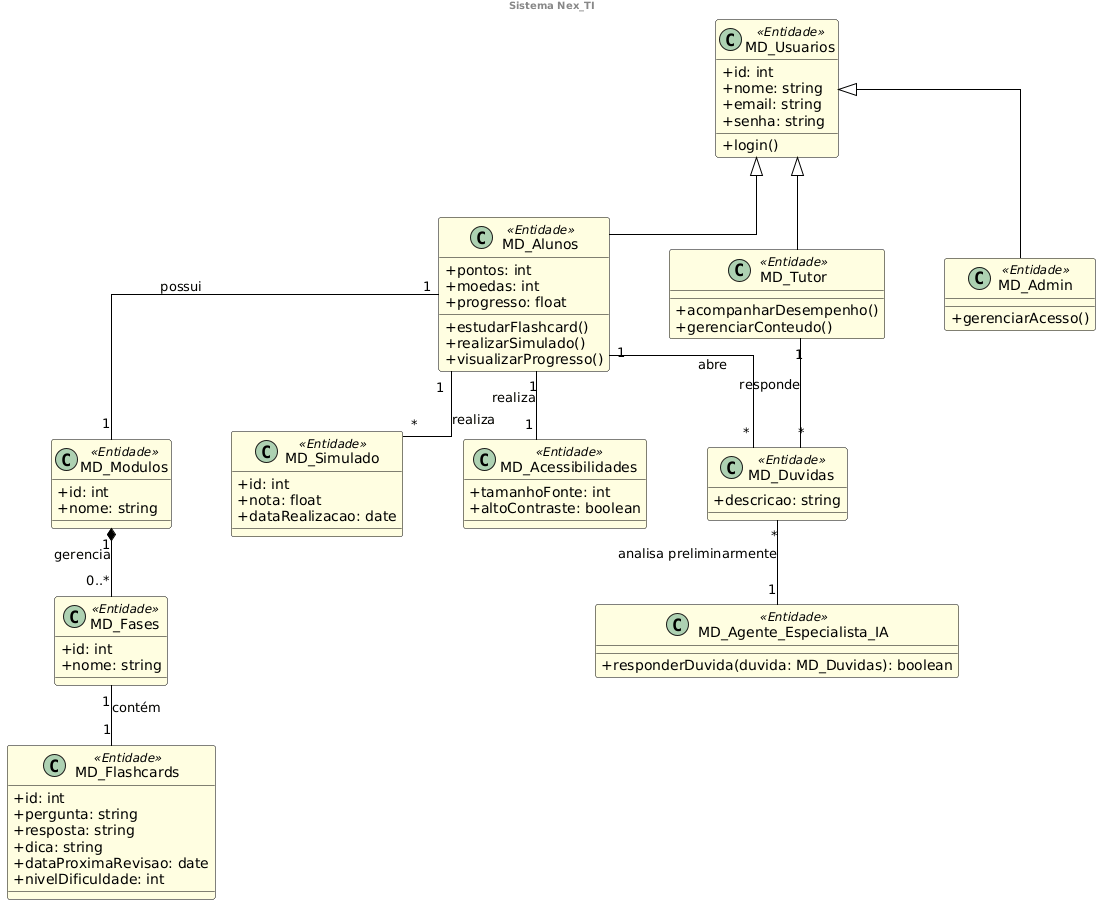
This is 03_Artefatos_Gerados/Diagrama_Classes_Global.png from MayconDIS/PIM_III-Documentacao_UML, a PlantUML export, as it was before one commit. The source it was exported from:
```plantuml
@startuml
skinparam backgroundColor white
skinparam shadowing false
skinparam classAttributeIconSize 0
skinparam linetype ortho
skinparam nodesep 60
skinparam ranksep 60

skinparam class {
    BackgroundColor #FFFEE1
    BorderColor #000000
    ArrowColor #000000
}

center header
<b>Sistema Nex_TI</b>
endheader

class MD_Usuarios <<Entidade>> {
    +id: int
    +nome: string
    +email: string
    +senha: string
    +login()
}

class MD_Alunos <<Entidade>> {
    +pontos: int
    +moedas: int
    +progresso: float
    +estudarFlashcard()
    +realizarSimulado()
    +visualizarProgresso()
}

class MD_Tutor <<Entidade>> {
    +acompanharDesempenho()
    +gerenciarConteudo()
}

class MD_Admin <<Entidade>> {
    +gerenciarAcesso()
}

MD_Usuarios <|-- MD_Alunos
MD_Usuarios <|-- MD_Tutor
MD_Usuarios <|-- MD_Admin

class MD_Modulos <<Entidade>> {
    +id: int
    +nome: string
}

class MD_Fases <<Entidade>> {
    +id: int
    +nome: string
}

class MD_Flashcards <<Entidade>> {
    +id: int
    +pergunta: string
    +resposta: string
    +dica: string
    +dataProximaRevisao: date
    +nivelDificuldade: int
}

MD_Modulos "1" *-- "0..*" MD_Fases : gerencia
MD_Fases "1" -- "1" MD_Flashcards : contém

class MD_Simulado <<Entidade>> {
    +id: int
    +nota: float
    +dataRealizacao: date
}

MD_Alunos "1" -- "*" MD_Simulado : realiza
MD_Alunos "1" -- "1" MD_Modulos : possui

class MD_Duvidas <<Entidade>> {
    +descricao: string
}

MD_Alunos "1" -- "*" MD_Duvidas : abre
MD_Tutor "1" -- "*" MD_Duvidas : responde

class MD_Agente_Especialista_IA <<Entidade>> {
    +responderDuvida(duvida: MD_Duvidas): boolean
}

MD_Duvidas "*" -- "1" MD_Agente_Especialista_IA : analisa preliminarmente

class MD_Acessibilidades <<Entidade>> {
    +tamanhoFonte: int
    +altoContraste: boolean
}

MD_Alunos "1" -- "1" MD_Acessibilidades : realiza
@enduml
```
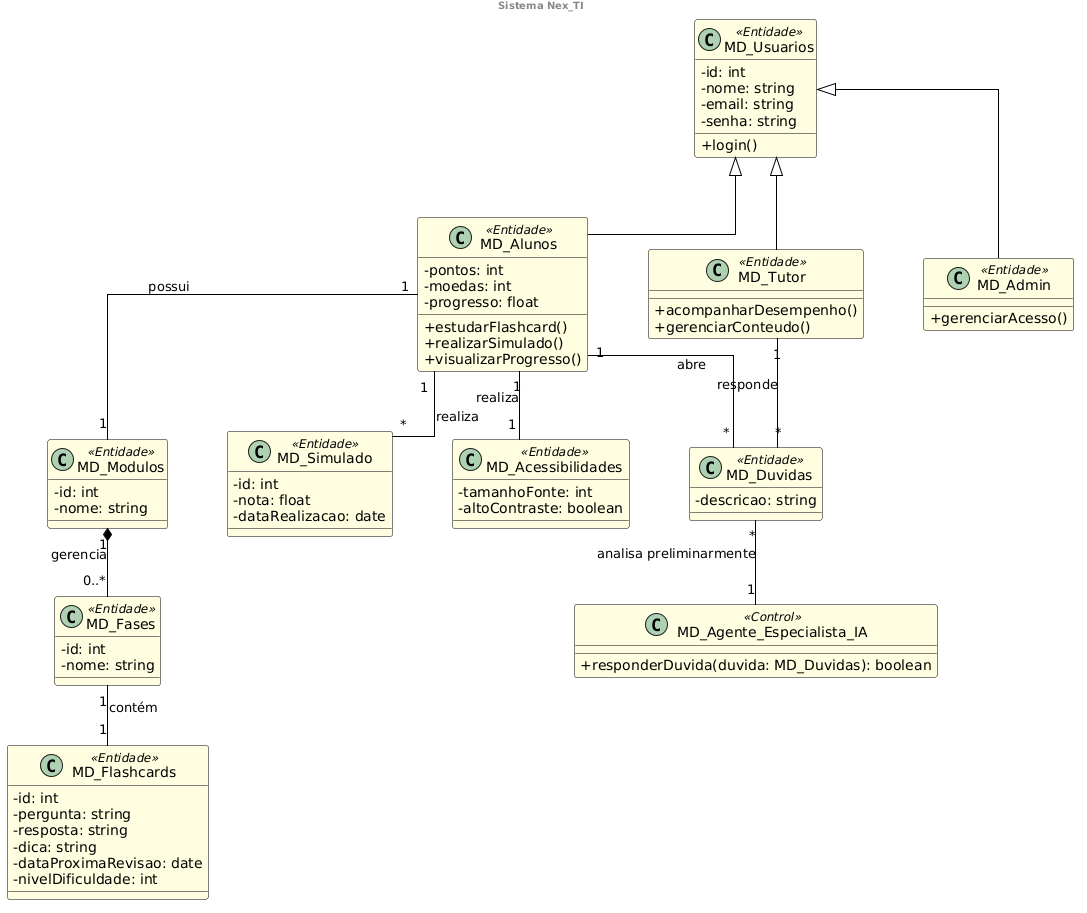
The same file after the commit.

Change to the diagram source:
```diff
@@ -17,17 +17,17 @@
 endheader
 
 class MD_Usuarios <<Entidade>> {
-    +id: int
-    +nome: string
-    +email: string
-    +senha: string
+    -id: int
+    -nome: string
+    -email: string
+    -senha: string
     +login()
 }
 
 class MD_Alunos <<Entidade>> {
-    +pontos: int
-    +moedas: int
-    +progresso: float
+    -pontos: int
+    -moedas: int
+    -progresso: float
     +estudarFlashcard()
     +realizarSimulado()
     +visualizarProgresso()
@@ -47,52 +47,52 @@
 MD_Usuarios <|-- MD_Admin
 
 class MD_Modulos <<Entidade>> {
-    +id: int
-    +nome: string
+    -id: int
+    -nome: string
 }
 
 class MD_Fases <<Entidade>> {
-    +id: int
-    +nome: string
+    -id: int
+    -nome: string
 }
 
 class MD_Flashcards <<Entidade>> {
-    +id: int
-    +pergunta: string
-    +resposta: string
-    +dica: string
-    +dataProximaRevisao: date
-    +nivelDificuldade: int
+    -id: int
+    -pergunta: string
+    -resposta: string
+    -dica: string
+    -dataProximaRevisao: date
+    -nivelDificuldade: int
 }
 
 MD_Modulos "1" *-- "0..*" MD_Fases : gerencia
 MD_Fases "1" -- "1" MD_Flashcards : contém
 
 class MD_Simulado <<Entidade>> {
-    +id: int
-    +nota: float
-    +dataRealizacao: date
+    -id: int
+    -nota: float
+    -dataRealizacao: date
 }
 
 MD_Alunos "1" -- "*" MD_Simulado : realiza
 MD_Alunos "1" -- "1" MD_Modulos : possui
 
 class MD_Duvidas <<Entidade>> {
-    +descricao: string
+    -descricao: string
 }
 
 MD_Alunos "1" -- "*" MD_Duvidas : abre
 MD_Tutor "1" -- "*" MD_Duvidas : responde
 
-class MD_Agente_Especialista_IA <<Entidade>> {
+class MD_Agente_Especialista_IA <<Control>> {
     +responderDuvida(duvida: MD_Duvidas): boolean
 }
 
 MD_Duvidas "*" -- "1" MD_Agente_Especialista_IA : analisa preliminarmente
 
 class MD_Acessibilidades <<Entidade>> {
-    +tamanhoFonte: int
-    +altoContraste: boolean
+    -tamanhoFonte: int
+    -altoContraste: boolean
 }
 
 MD_Alunos "1" -- "1" MD_Acessibilidades : realiza
```
